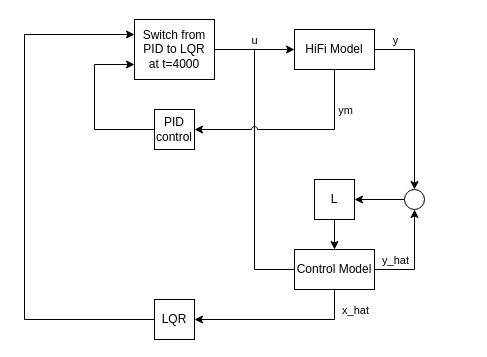
The draw.io diagram Graphics/HiFi_simulation_test_diagram.drawio in kasperlaustsen/CA8_Writings, before the edit. Source tidied: cells renumbered, new cells numbered last; positions are measured from the earlier drawing's top-left corner, leaving out a move shared by most shapes. Both pictures are drawn from the tidied source at 100%, with x=0, y=0 at pixel (24, 19).
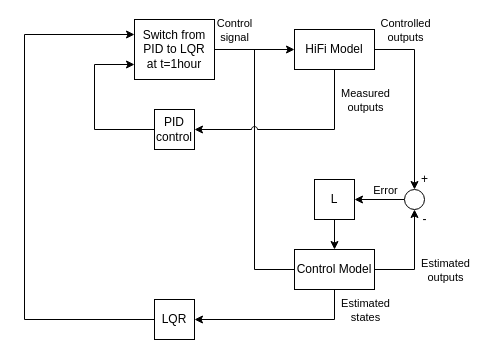
After the change.

Unchanged cells that the change refers to:
```xml
<mxCell id="4" style="edgeStyle=orthogonalEdgeStyle;rounded=0;jettySize=auto;html=1;entryX=0.5;entryY=0;entryDx=0;entryDy=0;" parent="1" edge="1" source="8" target="19">
  <mxGeometry relative="1" as="geometry" />
</mxCell>
<mxCell id="6" style="edgeStyle=orthogonalEdgeStyle;rounded=0;jettySize=auto;html=1;entryX=1;entryY=0.5;entryDx=0;entryDy=0;exitX=0.5;exitY=1;exitDx=0;exitDy=0;jumpStyle=arc;" parent="1" edge="1" source="8" target="21">
  <mxGeometry relative="1" as="geometry" />
</mxCell>
<mxCell id="9" style="edgeStyle=orthogonalEdgeStyle;rounded=0;jettySize=auto;html=1;entryX=1;entryY=0.5;entryDx=0;entryDy=0;exitX=0.5;exitY=1;exitDx=0;exitDy=0;" parent="1" edge="1" source="13" target="15">
  <mxGeometry relative="1" as="geometry" />
</mxCell>
<mxCell id="11" style="edgeStyle=orthogonalEdgeStyle;rounded=0;jettySize=auto;html=1;entryX=0.5;entryY=1;entryDx=0;entryDy=0;" parent="1" edge="1" source="13" target="19">
  <mxGeometry relative="1" as="geometry" />
</mxCell>
<mxCell id="18" style="edgeStyle=orthogonalEdgeStyle;rounded=0;jettySize=auto;html=1;entryX=1;entryY=0.5;entryDx=0;entryDy=0;" parent="1" edge="1" source="19" target="17">
  <mxGeometry relative="1" as="geometry" />
</mxCell>
<mxCell id="22" style="edgeStyle=orthogonalEdgeStyle;rounded=0;jettySize=auto;html=1;entryX=0;entryY=0.5;entryDx=0;entryDy=0;exitX=1;exitY=0.5;exitDx=0;exitDy=0;jumpStyle=arc;" parent="1" edge="1" source="3" target="8">
  <mxGeometry relative="1" as="geometry" />
</mxCell>
```

What changed in the source:
```diff
@@
-    <mxCell id="3" value="Switch from PID to LQR&lt;br&gt;at t=4000" style="rounded=0;whiteSpace=wrap;html=1;" parent="1" vertex="1">
+    <mxCell id="3" value="Switch from PID to LQR&lt;br&gt;at t=1hour" style="rounded=0;whiteSpace=wrap;html=1;" parent="1" vertex="1">
       <mxGeometry x="110" width="80" height="60" as="geometry" />
     </mxCell>
@@
-    <mxCell id="5" value="y" style="edgeLabel;html=1;align=center;verticalAlign=middle;" parent="4" vertex="1">
+    <mxCell id="5" value="Controlled &lt;br&gt;outputs" style="edgeLabel;html=1;align=center;verticalAlign=middle;" parent="4" vertex="1">
       <mxGeometry x="-0.63" y="1" relative="1" as="geometry">
-        <mxPoint x="-13" y="-9" as="offset" />
+        <mxPoint x="-3" y="-19" as="offset" />
       </mxGeometry>
     </mxCell>
@@
-    <mxCell id="7" value="ym" style="edgeLabel;html=1;align=center;verticalAlign=middle;" parent="6" vertex="1">
+    <mxCell id="7" value="Measured &lt;br&gt;outputs" style="edgeLabel;html=1;align=center;verticalAlign=middle;" parent="6" vertex="1">
       <mxGeometry x="-0.6" y="-2" relative="1" as="geometry">
-        <mxPoint x="12" as="offset" />
+        <mxPoint x="32" y="-10" as="offset" />
       </mxGeometry>
     </mxCell>
@@
-    <mxCell id="10" value="x_hat" style="edgeLabel;html=1;align=center;verticalAlign=middle;" parent="9" vertex="1">
+    <mxCell id="10" value="Estimated &lt;br&gt;states" style="edgeLabel;html=1;align=center;verticalAlign=middle;" parent="9" vertex="1">
       <mxGeometry x="-0.73" y="2" relative="1" as="geometry">
-        <mxPoint x="18" y="-3" as="offset" />
+        <mxPoint x="28" y="-3" as="offset" />
       </mxGeometry>
     </mxCell>
@@
-    <mxCell id="12" value="y_hat" style="edgeLabel;html=1;align=center;verticalAlign=middle;" parent="11" vertex="1">
+    <mxCell id="12" value="Estimated &lt;br&gt;outputs" style="edgeLabel;html=1;align=center;verticalAlign=middle;" parent="11" vertex="1">
       <mxGeometry x="-0.4" relative="1" as="geometry">
-        <mxPoint x="-10" y="-10" as="offset" />
+        <mxPoint x="40" as="offset" />
       </mxGeometry>
     </mxCell>
@@
+    <mxCell id="24" value="Error" style="edgeLabel;html=1;align=center;verticalAlign=middle;" parent="18" vertex="1">
+      <mxGeometry x="-0.22" relative="1" as="geometry">
+        <mxPoint y="-10" as="offset" />
+      </mxGeometry>
+    </mxCell>
@@
-    <mxCell id="23" value="u" style="edgeLabel;html=1;align=center;verticalAlign=middle;" parent="22" vertex="1">
+    <mxCell id="23" value="Control&lt;br&gt;signal" style="edgeLabel;html=1;align=center;verticalAlign=middle;" parent="22" vertex="1">
       <mxGeometry x="-0.29" relative="1" as="geometry">
-        <mxPoint x="11" y="-10" as="offset" />
+        <mxPoint x="-9" y="-20" as="offset" />
       </mxGeometry>
     </mxCell>
+    <mxCell id="25" value="+" style="text;html=1;align=center;verticalAlign=middle;strokeColor=none;fillColor=none;" parent="1" vertex="1">
+      <mxGeometry x="390" y="150" width="20" height="20" as="geometry" />
+    </mxCell>
+    <mxCell id="26" value="-" style="text;html=1;align=center;verticalAlign=middle;strokeColor=none;fillColor=none;" parent="1" vertex="1">
+      <mxGeometry x="390" y="190" width="20" height="20" as="geometry" />
+    </mxCell>
```
